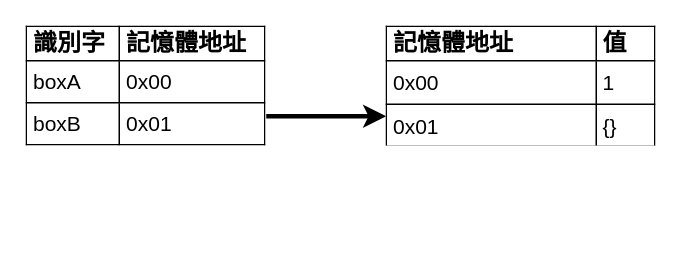
Before: source/_drafts/iron-2020-new/draw/2-3-declare-2-3.drawio in shawnlin0201/shawnlin0201.github.io, a draw.io diagram. Source tidied: cells renumbered, new cells numbered last; positions are measured from the earlier drawing's top-left corner, leaving out a move shared by most shapes. Both pictures are drawn from the tidied source at 150%, with x=0, y=0 at pixel (26, 26).
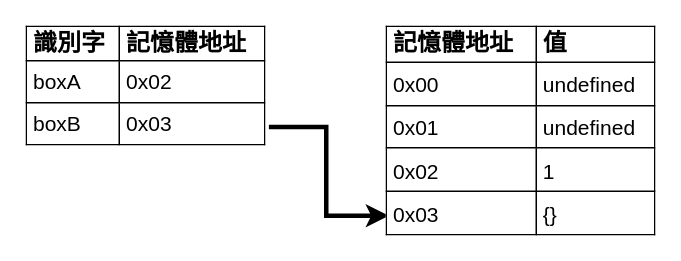
The same diagram, later.

Change to the diagram source:
```diff
@@
 <mxGraphModel>
   <root>
     <mxCell id="0" />
     <mxCell id="1" parent="0" />
-    <mxCell id="2" style="edgeStyle=orthogonalEdgeStyle;rounded=0;jettySize=auto;html=1;exitX=1;exitY=0.75;exitDx=0;exitDy=0;entryX=0;entryY=0.75;entryDx=0;entryDy=0;strokeWidth=3;" parent="1" edge="1" source="3" target="4">
+    <mxCell id="2" style="edgeStyle=orthogonalEdgeStyle;rounded=0;jettySize=auto;html=1;exitX=1.011;exitY=0.84;exitDx=0;exitDy=0;entryX=0.01;entryY=0.902;entryDx=0;entryDy=0;strokeWidth=3;entryPerimeter=0;exitPerimeter=0;" parent="1" edge="1" source="3" target="4">
       <mxGeometry relative="1" as="geometry" />
     </mxCell>
-    <mxCell id="3" value="&lt;table cellpadding=&quot;4&quot; cellspacing=&quot;0&quot; style=&quot;width: 100% ; height: 100% ; border: 1px solid rgb(0 , 0 , 0) ; border-collapse: collapse ; font-size: 14px ; background-color: rgb(255 , 255 , 255)&quot; border=&quot;1&quot;&gt;&lt;tbody&gt;&lt;tr style=&quot;line-height: 90%&quot;&gt;&lt;th&gt;&lt;font style=&quot;font-size: 16px&quot; color=&quot;#000000&quot;&gt;識別字&lt;/font&gt;&lt;/th&gt;&lt;th&gt;&lt;font style=&quot;font-size: 16px&quot; color=&quot;#000000&quot;&gt;記憶體地址&lt;/font&gt;&lt;/th&gt;&lt;/tr&gt;&lt;tr&gt;&lt;td&gt;&lt;font style=&quot;font-size: 14px&quot; color=&quot;#000000&quot;&gt;boxA&lt;/font&gt;&lt;/td&gt;&lt;td&gt;&lt;font style=&quot;font-size: 14px&quot; color=&quot;#000000&quot;&gt;0x00&lt;/font&gt;&lt;/td&gt;&lt;/tr&gt;&lt;tr&gt;&lt;td&gt;&lt;font color=&quot;#000000&quot; style=&quot;font-size: 14px&quot;&gt;&lt;span&gt;boxB&lt;/span&gt;&lt;br&gt;&lt;/font&gt;&lt;/td&gt;&lt;td&gt;&lt;font color=&quot;#000000&quot; style=&quot;font-size: 14px&quot;&gt;0x01&lt;/font&gt;&lt;/td&gt;&lt;/tr&gt;&lt;/tbody&gt;&lt;/table&gt; " style="verticalAlign=top;align=left;overflow=fill;fontSize=15;fontFamily=正黑體;html=1;strokeWidth=3;strokeColor=none;fillColor=none;" parent="1" vertex="1">
+    <mxCell id="3" value="&lt;table cellpadding=&quot;4&quot; cellspacing=&quot;0&quot; style=&quot;width: 100% ; height: 100% ; border: 1px solid rgb(0 , 0 , 0) ; border-collapse: collapse ; font-size: 14px ; background-color: rgb(255 , 255 , 255)&quot; border=&quot;1&quot;&gt;&lt;tbody&gt;&lt;tr style=&quot;line-height: 90%&quot;&gt;&lt;th&gt;&lt;font style=&quot;font-size: 16px&quot; color=&quot;#000000&quot;&gt;識別字&lt;/font&gt;&lt;/th&gt;&lt;th&gt;&lt;font style=&quot;font-size: 16px&quot; color=&quot;#000000&quot;&gt;記憶體地址&lt;/font&gt;&lt;/th&gt;&lt;/tr&gt;&lt;tr&gt;&lt;td&gt;&lt;font style=&quot;font-size: 14px&quot; color=&quot;#000000&quot;&gt;boxA&lt;/font&gt;&lt;/td&gt;&lt;td&gt;&lt;font style=&quot;font-size: 14px&quot; color=&quot;#000000&quot;&gt;0x02&lt;/font&gt;&lt;/td&gt;&lt;/tr&gt;&lt;tr&gt;&lt;td&gt;&lt;font color=&quot;#000000&quot; style=&quot;font-size: 14px&quot;&gt;&lt;span&gt;boxB&lt;/span&gt;&lt;br&gt;&lt;/font&gt;&lt;/td&gt;&lt;td&gt;&lt;font color=&quot;#000000&quot; style=&quot;font-size: 14px&quot;&gt;0x03&lt;/font&gt;&lt;/td&gt;&lt;/tr&gt;&lt;/tbody&gt;&lt;/table&gt; " style="verticalAlign=top;align=left;overflow=fill;fontSize=15;fontFamily=正黑體;html=1;strokeWidth=3;strokeColor=none;fillColor=none;" parent="1" vertex="1">
       <mxGeometry width="160" height="80" as="geometry" />
     </mxCell>
-    <mxCell id="4" value="&lt;table cellpadding=&quot;4&quot; cellspacing=&quot;0&quot; style=&quot;width: 100% ; height: 100% ; border: 1px solid rgb(0 , 0 , 0) ; border-collapse: collapse ; background-color: rgb(255 , 255 , 255) ; font-size: 14px&quot; border=&quot;1&quot;&gt;&lt;tbody style=&quot;font-size: 16px&quot;&gt;&lt;tr style=&quot;line-height: 90%&quot;&gt;&lt;th&gt;&lt;span&gt;&lt;font style=&quot;font-size: 16px&quot;&gt;記憶體地址&lt;br&gt;&lt;/font&gt;&lt;/span&gt;&lt;/th&gt;&lt;th&gt;&lt;span&gt;&lt;font style=&quot;font-size: 16px&quot;&gt;值&lt;/font&gt;&lt;/span&gt;&lt;/th&gt;&lt;/tr&gt;&lt;tr&gt;&lt;td&gt;&lt;span&gt;&lt;font style=&quot;font-size: 14px&quot;&gt;0x00&lt;br&gt;&lt;/font&gt;&lt;/span&gt;&lt;/td&gt;&lt;td&gt;&lt;font style=&quot;font-size: 14px&quot;&gt;1&lt;/font&gt;&lt;/td&gt;&lt;/tr&gt;&lt;tr&gt;&lt;td&gt;&lt;font style=&quot;font-size: 14px&quot;&gt;0x01&lt;/font&gt;&lt;/td&gt;&lt;td&gt;&lt;font style=&quot;font-size: 14px&quot;&gt;{}&lt;/font&gt;&lt;/td&gt;&lt;/tr&gt;&lt;/tbody&gt;&lt;/table&gt; " style="verticalAlign=top;align=left;overflow=fill;fontSize=12;fontFamily=正黑體;html=1;strokeWidth=3;fillColor=none;strokeColor=none;fontColor=#000000;" parent="1" vertex="1">
-      <mxGeometry x="240" width="180" height="80" as="geometry" />
+    <mxCell id="4" value="&lt;table cellpadding=&quot;4&quot; cellspacing=&quot;0&quot; style=&quot;width: 100% ; height: 100% ; border: 1px solid rgb(0 , 0 , 0) ; border-collapse: collapse ; background-color: rgb(255 , 255 , 255) ; font-size: 14px&quot; border=&quot;1&quot;&gt;&lt;tbody style=&quot;font-size: 16px&quot;&gt;&lt;tr style=&quot;line-height: 90%&quot;&gt;&lt;th&gt;&lt;span&gt;&lt;font style=&quot;font-size: 16px&quot;&gt;記憶體地址&lt;br&gt;&lt;/font&gt;&lt;/span&gt;&lt;/th&gt;&lt;th&gt;&lt;span&gt;&lt;font style=&quot;font-size: 16px&quot;&gt;值&lt;/font&gt;&lt;/span&gt;&lt;/th&gt;&lt;/tr&gt;&lt;tr&gt;&lt;td&gt;&lt;span&gt;&lt;font style=&quot;font-size: 14px&quot;&gt;0x00&lt;br&gt;&lt;/font&gt;&lt;/span&gt;&lt;/td&gt;&lt;td&gt;&lt;span style=&quot;font-size: 14px&quot;&gt;undefined&lt;/span&gt;&lt;/td&gt;&lt;/tr&gt;&lt;tr&gt;&lt;td&gt;&lt;font style=&quot;font-size: 14px&quot;&gt;0x01&lt;/font&gt;&lt;/td&gt;&lt;td&gt;&lt;font style=&quot;font-size: 14px&quot;&gt;undefined&lt;br&gt;&lt;/font&gt;&lt;/td&gt;&lt;/tr&gt;&lt;tr&gt;&lt;td&gt;&lt;span style=&quot;font-size: 14px&quot;&gt;0x02&lt;/span&gt;&lt;br&gt;&lt;/td&gt;&lt;td&gt;&lt;span style=&quot;font-size: 14px&quot;&gt;1&lt;/span&gt;&lt;/td&gt;&lt;/tr&gt;&lt;tr&gt;&lt;td&gt;&lt;span style=&quot;font-size: 14px&quot;&gt;0x03&lt;/span&gt;&lt;br&gt;&lt;/td&gt;&lt;td&gt;&lt;span style=&quot;font-size: 14px&quot;&gt;{}&lt;/span&gt;&lt;/td&gt;&lt;/tr&gt;&lt;/tbody&gt;&lt;/table&gt; " style="verticalAlign=top;align=left;overflow=fill;fontSize=12;fontFamily=正黑體;html=1;strokeWidth=3;fillColor=none;strokeColor=none;fontColor=#000000;" parent="1" vertex="1">
+      <mxGeometry x="240" width="180" height="140" as="geometry" />
     </mxCell>
   </root>
 </mxGraphModel>
```
